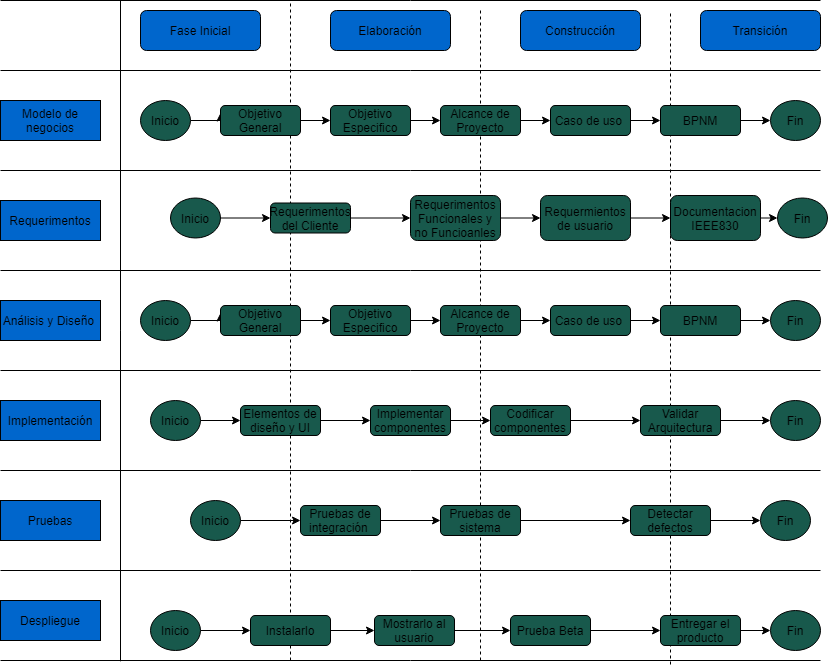
vanessamRodriguez/Analisis-Avanzado-de-Software keeps this draw.io diagram as Diagramas/Diagrama2.drawio.png. Above is the earlier version. Source tidied: cells renumbered, new cells last; positions are measured from the earlier drawing's top-left corner, leaving out a move shared by most shapes.
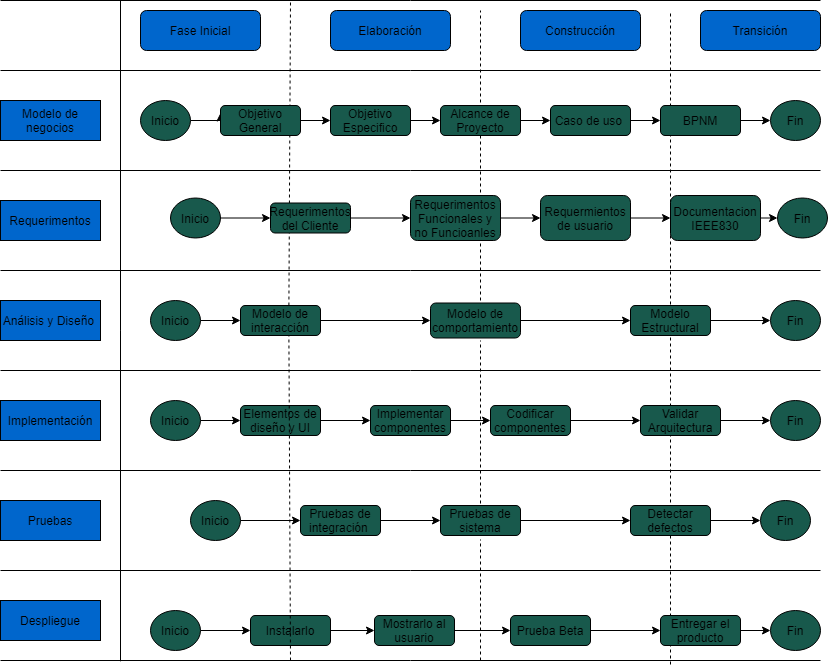
After the change.

What changed in the source:
```diff
@@ -32,14 +32,14 @@
     <mxCell id="11" value="Transición" style="rounded=1;whiteSpace=wrap;html=1;fillColor=#0066CC;" parent="1" vertex="1">
       <mxGeometry x="700" y="10" width="120" height="40" as="geometry" />
     </mxCell>
-    <mxCell id="12" style="endArrow=none;dashed=1;html=1;" parent="1" edge="1">
+    <mxCell id="12" style="endArrow=none;dashed=1;html=1;exitX=0.605;exitY=0;exitDx=0;exitDy=0;exitPerimeter=0;" parent="1" edge="1" source="38">
       <mxGeometry relative="1" as="geometry">
-        <mxPoint x="290" y="660" as="sourcePoint" />
         <mxPoint x="290" as="targetPoint" />
       </mxGeometry>
     </mxCell>
-    <mxCell id="13" style="endArrow=none;dashed=1;html=1;" parent="1" edge="1" source="81">
+    <mxCell id="13" style="endArrow=none;dashed=1;html=1;" parent="1" edge="1">
       <mxGeometry relative="1" as="geometry">
+        <mxPoint x="480" y="300" as="sourcePoint" />
         <mxPoint x="480" y="10" as="targetPoint" />
       </mxGeometry>
     </mxCell>
@@ -109,42 +109,24 @@
     <mxCell id="34" value="Fin" style="ellipse;whiteSpace=wrap;html=1;fillColor=#18594C;" parent="1" vertex="1">
       <mxGeometry x="777" y="197.5" width="50" height="40" as="geometry" />
     </mxCell>
-    <mxCell id="35" style="edgeStyle=orthogonalEdgeStyle;rounded=0;jettySize=auto;html=1;exitX=1;exitY=0.5;exitDx=0;exitDy=0;entryX=0;entryY=0.25;entryDx=0;entryDy=0;" parent="1" edge="1" source="36" target="38">
+    <mxCell id="35" style="edgeStyle=orthogonalEdgeStyle;rounded=0;jettySize=auto;html=1;exitX=1;exitY=0.5;exitDx=0;exitDy=0;entryX=0;entryY=0.5;entryDx=0;entryDy=0;" parent="1" edge="1" source="36" target="38">
       <mxGeometry relative="1" as="geometry" />
     </mxCell>
     <mxCell id="36" value="Inicio" style="ellipse;whiteSpace=wrap;html=1;fillColor=#18594C;" parent="1" vertex="1">
-      <mxGeometry x="140" y="300" width="50" height="40" as="geometry" />
+      <mxGeometry x="150" y="300" width="50" height="40" as="geometry" />
     </mxCell>
     <mxCell id="37" style="edgeStyle=orthogonalEdgeStyle;rounded=0;jettySize=auto;html=1;exitX=1;exitY=0.5;exitDx=0;exitDy=0;entryX=0;entryY=0.5;entryDx=0;entryDy=0;" parent="1" edge="1" source="38" target="40">
       <mxGeometry relative="1" as="geometry" />
     </mxCell>
-    <mxCell id="38" value="Objetivo General" style="rounded=1;whiteSpace=wrap;html=1;fillColor=#18594C;" parent="1" vertex="1">
-      <mxGeometry x="220" y="305" width="80" height="30" as="geometry" />
-    </mxCell>
     <mxCell id="39" style="edgeStyle=orthogonalEdgeStyle;rounded=0;jettySize=auto;html=1;exitX=1;exitY=0.5;exitDx=0;exitDy=0;entryX=0;entryY=0.5;entryDx=0;entryDy=0;" parent="1" edge="1" source="40" target="42">
       <mxGeometry relative="1" as="geometry" />
     </mxCell>
-    <mxCell id="40" value="Objetivo Especifico" style="rounded=1;whiteSpace=wrap;html=1;fillColor=#18594C;" parent="1" vertex="1">
-      <mxGeometry x="330" y="305" width="80" height="30" as="geometry" />
-    </mxCell>
-    <mxCell id="41" style="edgeStyle=orthogonalEdgeStyle;rounded=0;jettySize=auto;html=1;exitX=1;exitY=0.5;exitDx=0;exitDy=0;entryX=0;entryY=0.5;entryDx=0;entryDy=0;" parent="1" edge="1" source="42" target="44">
-      <mxGeometry relative="1" as="geometry" />
-    </mxCell>
+    <mxCell id="93" style="edgeStyle=orthogonalEdgeStyle;rounded=0;jettySize=auto;html=1;exitX=1;exitY=0.5;exitDx=0;exitDy=0;entryX=0;entryY=0.5;entryDx=0;entryDy=0;" parent="1" edge="1" source="42" target="47">
+      <mxGeometry relative="1" as="geometry" />
+    </mxCell>
-    <mxCell id="42" value="Alcance de Proyecto" style="rounded=1;whiteSpace=wrap;html=1;fillColor=#18594C;" parent="1" vertex="1">
-      <mxGeometry x="440" y="305" width="80" height="30" as="geometry" />
+    <mxCell id="42" value="Modelo Estructural" style="rounded=1;whiteSpace=wrap;html=1;fillColor=#18594C;" parent="1" vertex="1">
+      <mxGeometry x="630" y="305" width="80" height="30" as="geometry" />
     </mxCell>
-    <mxCell id="43" style="edgeStyle=orthogonalEdgeStyle;rounded=0;jettySize=auto;html=1;exitX=1;exitY=0.5;exitDx=0;exitDy=0;entryX=0;entryY=0.5;entryDx=0;entryDy=0;" parent="1" edge="1" source="44" target="46">
-      <mxGeometry relative="1" as="geometry" />
-    </mxCell>
-    <mxCell id="44" value="Caso de uso&amp;nbsp;" style="rounded=1;whiteSpace=wrap;html=1;fillColor=#18594C;" parent="1" vertex="1">
-      <mxGeometry x="550" y="305" width="80" height="30" as="geometry" />
-    </mxCell>
-    <mxCell id="45" style="edgeStyle=orthogonalEdgeStyle;rounded=0;jettySize=auto;html=1;exitX=1;exitY=0.5;exitDx=0;exitDy=0;entryX=0;entryY=0.5;entryDx=0;entryDy=0;" parent="1" edge="1" source="46" target="47">
-      <mxGeometry relative="1" as="geometry" />
-    </mxCell>
-    <mxCell id="46" value="BPNM" style="rounded=1;whiteSpace=wrap;html=1;fillColor=#18594C;" parent="1" vertex="1">
-      <mxGeometry x="660" y="305" width="80" height="30" as="geometry" />
-    </mxCell>
     <mxCell id="47" value="Fin" style="ellipse;whiteSpace=wrap;html=1;fillColor=#18594C;" parent="1" vertex="1">
       <mxGeometry x="770" y="300" width="50" height="40" as="geometry" />
     </mxCell>
@@ -254,9 +236,10 @@
     <mxCell id="81" value="Pruebas de sistema" style="rounded=1;whiteSpace=wrap;html=1;fillColor=#18594C;" parent="1" vertex="1">
       <mxGeometry x="440" y="505" width="80" height="30" as="geometry" />
     </mxCell>
-    <mxCell id="82" style="endArrow=none;dashed=1;html=1;" parent="1" edge="1" target="81">
+    <mxCell id="82" style="endArrow=none;dashed=1;html=1;" parent="1" edge="1">
       <mxGeometry relative="1" as="geometry">
         <mxPoint x="480" y="660" as="sourcePoint" />
+        <mxPoint x="480" y="539" as="targetPoint" />
       </mxGeometry>
     </mxCell>
     <mxCell id="83" style="endArrow=none;html=1;fillColor=#000000;" parent="1" edge="1">
@@ -316,5 +299,22 @@
         <mxPoint x="820" y="570" as="targetPoint" />
       </mxGeometry>
     </mxCell>
+    <mxCell id="38" value="Modelo de interacción" style="rounded=1;whiteSpace=wrap;html=1;fillColor=#18594C;" parent="1" vertex="1">
+      <mxGeometry x="240" y="305" width="80" height="30" as="geometry" />
+    </mxCell>
+    <mxCell id="94" style="endArrow=none;dashed=1;html=1;entryX=0.605;entryY=0.987;entryDx=0;entryDy=0;entryPerimeter=0;" parent="1" edge="1" target="38">
+      <mxGeometry relative="1" as="geometry">
+        <mxPoint x="290" y="660" as="sourcePoint" />
+      </mxGeometry>
+    </mxCell>
+    <mxCell id="40" value="Modelo de comportamiento" style="rounded=1;whiteSpace=wrap;html=1;fillColor=#18594C;" parent="1" vertex="1">
+      <mxGeometry x="430" y="302.5" width="90" height="35" as="geometry" />
+    </mxCell>
+    <mxCell id="95" style="endArrow=none;dashed=1;html=1;" parent="1" edge="1">
+      <mxGeometry relative="1" as="geometry">
+        <mxPoint x="480" y="503" as="sourcePoint" />
+        <mxPoint x="480" y="340" as="targetPoint" />
+      </mxGeometry>
+    </mxCell>
   </root>
 </mxGraphModel>
```
